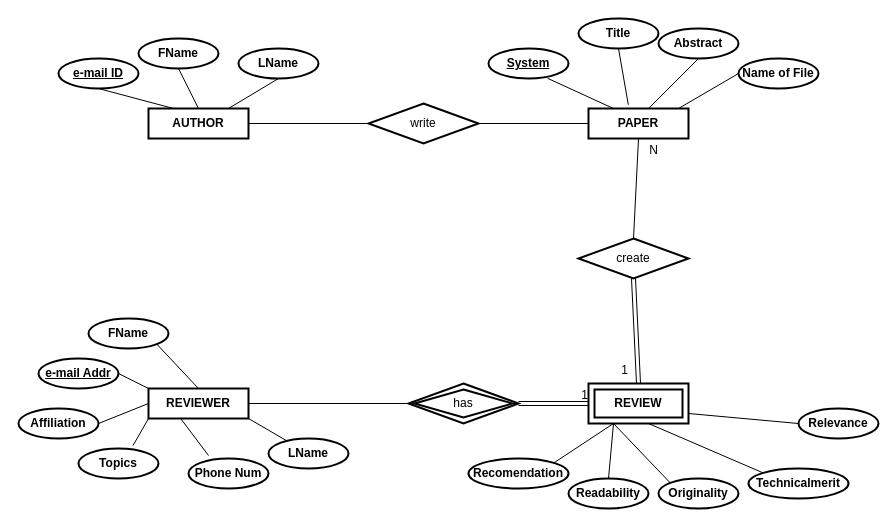
Above: W5.drawio in kieuvantuyen01/testGit (draw.io), before the change. Source tidied: cells renumbered, new cells numbered last; positions are measured from the earlier drawing's top-left corner, leaving out a move shared by most shapes. Both pictures are drawn from the tidied source at 100%, with x=0, y=0 at pixel (18, 18).
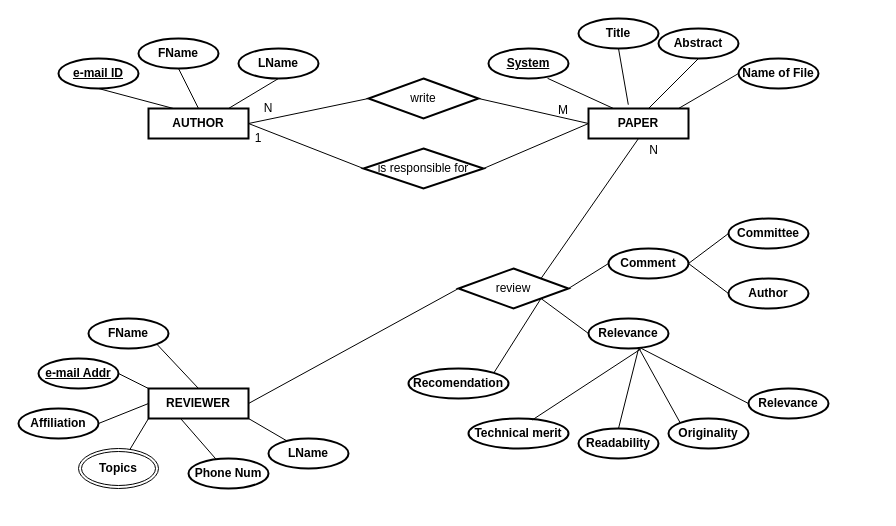
The same page after the edit.

Unchanged cells that the change refers to:
```xml
<mxCell id="2" value="AUTHOR" style="rounded=0;whiteSpace=wrap;html=1;fontStyle=1;strokeWidth=2;" parent="1" vertex="1">
  <mxGeometry x="130" y="90" width="100" height="30" as="geometry" />
</mxCell>
<mxCell id="3" value="REVIEWER" style="rounded=0;whiteSpace=wrap;html=1;fontStyle=1;strokeWidth=2;" parent="1" vertex="1">
  <mxGeometry x="130" y="370" width="100" height="30" as="geometry" />
</mxCell>
<mxCell id="4" value="PAPER" style="rounded=0;whiteSpace=wrap;html=1;fontStyle=1;strokeWidth=2;" parent="1" vertex="1">
  <mxGeometry x="570" y="90" width="100" height="30" as="geometry" />
</mxCell>
<mxCell id="15" value="&lt;span&gt;Phone Num&lt;/span&gt;" style="ellipse;whiteSpace=wrap;html=1;strokeWidth=2;fontStyle=1;" parent="1" vertex="1">
  <mxGeometry x="170" y="440" width="80" height="30" as="geometry" />
</mxCell>
```

Diff of the diagram source:
```diff
@@
-    <mxCell id="16" value="&lt;span&gt;Topics&lt;/span&gt;" style="ellipse;whiteSpace=wrap;html=1;strokeWidth=2;fontStyle=1;" parent="1" vertex="1">
-      <mxGeometry x="60" y="430" width="80" height="30" as="geometry" />
-    </mxCell>
@@
     <mxCell id="18" value="write" style="shape=rhombus;perimeter=rhombusPerimeter;whiteSpace=wrap;html=1;align=center;strokeWidth=2;" parent="1" vertex="1">
-      <mxGeometry x="350" y="85" width="110" height="40" as="geometry" />
+      <mxGeometry x="350" y="60" width="110" height="40" as="geometry" />
     </mxCell>
-    <mxCell id="19" value="REVIEW" style="shape=ext;margin=3;double=1;whiteSpace=wrap;html=1;align=center;strokeWidth=2;fontStyle=1;" parent="1" vertex="1">
-      <mxGeometry x="570" y="365" width="100" height="40" as="geometry" />
-    </mxCell>
     <mxCell id="20" value="&lt;span&gt;Relevance&lt;/span&gt;" style="ellipse;whiteSpace=wrap;html=1;strokeWidth=2;fontStyle=1;" parent="1" vertex="1">
-      <mxGeometry x="780" y="390" width="80" height="30" as="geometry" />
+      <mxGeometry x="730" y="370" width="80" height="30" as="geometry" />
     </mxCell>
-    <mxCell id="21" value="&lt;span&gt;Technicalmerit&lt;/span&gt;" style="ellipse;whiteSpace=wrap;html=1;strokeWidth=2;fontStyle=1;" parent="1" vertex="1">
-      <mxGeometry x="730" y="450" width="100" height="30" as="geometry" />
+    <mxCell id="21" value="&lt;span&gt;Technical merit&lt;/span&gt;" style="ellipse;whiteSpace=wrap;html=1;strokeWidth=2;fontStyle=1;" parent="1" vertex="1">
+      <mxGeometry x="450" y="400" width="100" height="30" as="geometry" />
     </mxCell>
     <mxCell id="22" value="&lt;span&gt;Originality&lt;/span&gt;" style="ellipse;whiteSpace=wrap;html=1;strokeWidth=2;fontStyle=1;" parent="1" vertex="1">
-      <mxGeometry x="640" y="460" width="80" height="30" as="geometry" />
+      <mxGeometry x="650" y="400" width="80" height="30" as="geometry" />
     </mxCell>
     <mxCell id="23" value="Readability" style="ellipse;whiteSpace=wrap;html=1;strokeWidth=2;fontStyle=1;" parent="1" vertex="1">
-      <mxGeometry x="550" y="460" width="80" height="30" as="geometry" />
+      <mxGeometry x="560" y="410" width="80" height="30" as="geometry" />
     </mxCell>
     <mxCell id="24" value="&lt;span&gt;Recomendation&lt;/span&gt;" style="ellipse;whiteSpace=wrap;html=1;strokeWidth=2;fontStyle=1;" parent="1" vertex="1">
-      <mxGeometry x="450" y="440" width="100" height="30" as="geometry" />
+      <mxGeometry x="390" y="350" width="100" height="30" as="geometry" />
     </mxCell>
-    <mxCell id="25" value="has" style="shape=rhombus;double=1;perimeter=rhombusPerimeter;whiteSpace=wrap;html=1;align=center;strokeWidth=2;" parent="1" vertex="1">
-      <mxGeometry x="390" y="365" width="110" height="40" as="geometry" />
-    </mxCell>
@@
-    <mxCell id="33" style="endArrow=none;html=1;rounded=0;exitX=1;exitY=0;exitDx=0;exitDy=0;entryX=0.25;entryY=1;entryDx=0;entryDy=0;" parent="1" edge="1" source="24" target="19">
+    <mxCell id="33" style="endArrow=none;html=1;rounded=0;exitX=1;exitY=0;exitDx=0;exitDy=0;entryX=1;entryY=1;entryDx=0;entryDy=0;" parent="1" edge="1" source="24" target="45">
       <mxGeometry relative="1" as="geometry" />
     </mxCell>
-    <mxCell id="34" style="endArrow=none;html=1;rounded=0;exitX=0.5;exitY=0;exitDx=0;exitDy=0;entryX=0.25;entryY=1;entryDx=0;entryDy=0;" parent="1" edge="1" source="23" target="19">
+    <mxCell id="34" style="endArrow=none;html=1;rounded=0;exitX=0.5;exitY=0;exitDx=0;exitDy=0;entryX=0.628;entryY=0.98;entryDx=0;entryDy=0;entryPerimeter=0;" parent="1" edge="1" source="23" target="57">
       <mxGeometry relative="1" as="geometry" />
     </mxCell>
-    <mxCell id="35" style="endArrow=none;html=1;rounded=0;exitX=0;exitY=0;exitDx=0;exitDy=0;entryX=0.25;entryY=1;entryDx=0;entryDy=0;" parent="1" edge="1" source="22" target="19">
+    <mxCell id="35" style="endArrow=none;html=1;rounded=0;exitX=0;exitY=0;exitDx=0;exitDy=0;entryX=0.628;entryY=0.98;entryDx=0;entryDy=0;entryPerimeter=0;" parent="1" edge="1" source="22" target="57">
       <mxGeometry relative="1" as="geometry" />
     </mxCell>
-    <mxCell id="36" style="endArrow=none;html=1;rounded=0;exitX=0;exitY=0;exitDx=0;exitDy=0;" parent="1" edge="1" source="21">
+    <mxCell id="36" style="endArrow=none;html=1;rounded=0;exitX=0.638;exitY=0.047;exitDx=0;exitDy=0;exitPerimeter=0;" parent="1" edge="1" source="21">
       <mxGeometry relative="1" as="geometry">
-        <mxPoint x="630" y="405" as="targetPoint" />
+        <mxPoint x="623" y="330" as="targetPoint" />
       </mxGeometry>
     </mxCell>
-    <mxCell id="37" style="endArrow=none;html=1;rounded=0;exitX=0;exitY=0.5;exitDx=0;exitDy=0;entryX=1;entryY=0.75;entryDx=0;entryDy=0;" parent="1" edge="1" source="20" target="19">
-      <mxGeometry relative="1" as="geometry" />
+    <mxCell id="37" style="endArrow=none;html=1;rounded=0;exitX=0;exitY=0.5;exitDx=0;exitDy=0;" parent="1" edge="1" source="20">
+      <mxGeometry relative="1" as="geometry">
+        <mxPoint x="623" y="330" as="targetPoint" />
+      </mxGeometry>
     </mxCell>
@@
-    <mxCell id="41" style="endArrow=none;html=1;rounded=0;exitX=0.682;exitY=-0.1;exitDx=0;exitDy=0;entryX=0;entryY=1;entryDx=0;entryDy=0;exitPerimeter=0;" parent="1" edge="1" source="16" target="3">
+    <mxCell id="41" style="endArrow=none;html=1;rounded=0;entryX=0;entryY=1;entryDx=0;entryDy=0;" parent="1" edge="1" source="16" target="3">
       <mxGeometry relative="1" as="geometry" />
     </mxCell>
-    <mxCell id="42" style="endArrow=none;html=1;rounded=0;entryX=0.326;entryY=1.02;entryDx=0;entryDy=0;entryPerimeter=0;" parent="1" edge="1" target="3">
-      <mxGeometry relative="1" as="geometry">
-        <mxPoint x="190" y="437" as="sourcePoint" />
-      </mxGeometry>
+    <mxCell id="42" style="endArrow=none;html=1;rounded=0;entryX=0.326;entryY=1.02;entryDx=0;entryDy=0;entryPerimeter=0;" parent="1" edge="1" source="15" target="3">
+      <mxGeometry relative="1" as="geometry" />
     </mxCell>
@@
-    <mxCell id="44" style="endArrow=none;html=1;rounded=0;entryX=1;entryY=0.5;entryDx=0;entryDy=0;exitX=0;exitY=0.5;exitDx=0;exitDy=0;" parent="1" edge="1" source="25" target="3">
+    <mxCell id="44" style="endArrow=none;html=1;rounded=0;entryX=1;entryY=0.5;entryDx=0;entryDy=0;exitX=0;exitY=0.5;exitDx=0;exitDy=0;" parent="1" edge="1" source="45" target="3">
       <mxGeometry relative="1" as="geometry" />
     </mxCell>
-    <mxCell id="45" value="create" style="shape=rhombus;perimeter=rhombusPerimeter;whiteSpace=wrap;html=1;align=center;strokeWidth=2;" parent="1" vertex="1">
-      <mxGeometry x="560" y="220" width="110" height="40" as="geometry" />
+    <mxCell id="45" value="review" style="shape=rhombus;perimeter=rhombusPerimeter;whiteSpace=wrap;html=1;align=center;strokeWidth=2;" parent="1" vertex="1">
+      <mxGeometry x="440" y="250" width="110" height="40" as="geometry" />
     </mxCell>
-    <mxCell id="46" style="endArrow=none;html=1;rounded=0;entryX=0.5;entryY=1;entryDx=0;entryDy=0;exitX=0.5;exitY=0;exitDx=0;exitDy=0;" parent="1" edge="1" source="45" target="4">
+    <mxCell id="46" style="endArrow=none;html=1;rounded=0;entryX=0.5;entryY=1;entryDx=0;entryDy=0;exitX=1;exitY=0;exitDx=0;exitDy=0;" parent="1" edge="1" source="45" target="4">
       <mxGeometry relative="1" as="geometry" />
     </mxCell>
-    <mxCell id="47" style="shape=link;html=1;rounded=0;exitX=0.5;exitY=1;exitDx=0;exitDy=0;entryX=0.5;entryY=0;entryDx=0;entryDy=0;" parent="1" edge="1" source="45" target="19">
-      <mxGeometry relative="1" as="geometry" />
-    </mxCell>
-    <mxCell id="48" value="1" style="html=1;align=right;verticalAlign=bottom;" parent="47" vertex="1">
-      <mxGeometry x="1" relative="1" as="geometry">
-        <mxPoint x="-10" y="-4.9" as="offset" />
-      </mxGeometry>
-    </mxCell>
-    <mxCell id="49" style="shape=link;html=1;rounded=0;exitX=1;exitY=0.5;exitDx=0;exitDy=0;entryX=0;entryY=0.5;entryDx=0;entryDy=0;" parent="1" edge="1" source="25" target="19">
-      <mxGeometry relative="1" as="geometry" />
-    </mxCell>
-    <mxCell id="50" value="1" style="html=1;align=right;verticalAlign=bottom;" parent="49" vertex="1">
-      <mxGeometry x="1" relative="1" as="geometry" />
-    </mxCell>
@@
+    <mxCell id="54" value="is responsible for" style="shape=rhombus;perimeter=rhombusPerimeter;whiteSpace=wrap;html=1;align=center;strokeWidth=2;" parent="1" vertex="1">
+      <mxGeometry x="345" y="130" width="120" height="40" as="geometry" />
+    </mxCell>
+    <mxCell id="55" style="endArrow=none;html=1;rounded=0;exitX=1;exitY=0.5;exitDx=0;exitDy=0;entryX=0;entryY=0.5;entryDx=0;entryDy=0;" parent="1" edge="1" source="2" target="54">
+      <mxGeometry relative="1" as="geometry" />
+    </mxCell>
+    <mxCell id="56" style="endArrow=none;html=1;rounded=0;exitX=1;exitY=0.5;exitDx=0;exitDy=0;entryX=0;entryY=0.5;entryDx=0;entryDy=0;" parent="1" edge="1" source="54" target="4">
+      <mxGeometry relative="1" as="geometry" />
+    </mxCell>
+    <mxCell id="57" value="&lt;span&gt;Relevance&lt;/span&gt;" style="ellipse;whiteSpace=wrap;html=1;strokeWidth=2;fontStyle=1;" parent="1" vertex="1">
+      <mxGeometry x="570" y="300" width="80" height="30" as="geometry" />
+    </mxCell>
+    <mxCell id="58" style="endArrow=none;html=1;rounded=0;exitX=0;exitY=0.5;exitDx=0;exitDy=0;entryX=1;entryY=1;entryDx=0;entryDy=0;" parent="1" edge="1" source="57" target="45">
+      <mxGeometry relative="1" as="geometry" />
+    </mxCell>
+    <mxCell id="16" value="&lt;span style=&quot;font-weight: 700&quot;&gt;Topics&lt;/span&gt;" style="ellipse;shape=doubleEllipse;margin=3;whiteSpace=wrap;html=1;align=center;" parent="1" vertex="1">
+      <mxGeometry x="60" y="430" width="80" height="40" as="geometry" />
+    </mxCell>
+    <mxCell id="59" value="&lt;span&gt;Comment&lt;/span&gt;" style="ellipse;whiteSpace=wrap;html=1;strokeWidth=2;fontStyle=1;" parent="1" vertex="1">
+      <mxGeometry x="590" y="230" width="80" height="30" as="geometry" />
+    </mxCell>
+    <mxCell id="60" value="&lt;span&gt;Author&lt;/span&gt;" style="ellipse;whiteSpace=wrap;html=1;strokeWidth=2;fontStyle=1;" parent="1" vertex="1">
+      <mxGeometry x="710" y="260" width="80" height="30" as="geometry" />
+    </mxCell>
+    <mxCell id="61" value="&lt;span&gt;Committee&lt;/span&gt;" style="ellipse;whiteSpace=wrap;html=1;strokeWidth=2;fontStyle=1;" parent="1" vertex="1">
+      <mxGeometry x="710" y="200" width="80" height="30" as="geometry" />
+    </mxCell>
+    <mxCell id="62" style="endArrow=none;html=1;rounded=0;exitX=0;exitY=0.5;exitDx=0;exitDy=0;entryX=1;entryY=0.5;entryDx=0;entryDy=0;" parent="1" edge="1" source="59" target="45">
+      <mxGeometry relative="1" as="geometry" />
+    </mxCell>
+    <mxCell id="63" style="endArrow=none;html=1;rounded=0;exitX=0;exitY=0.5;exitDx=0;exitDy=0;entryX=1;entryY=0.5;entryDx=0;entryDy=0;" parent="1" edge="1" source="61" target="59">
+      <mxGeometry relative="1" as="geometry" />
+    </mxCell>
+    <mxCell id="64" style="endArrow=none;html=1;rounded=0;exitX=0;exitY=0.5;exitDx=0;exitDy=0;entryX=1;entryY=0.5;entryDx=0;entryDy=0;" parent="1" edge="1" source="60" target="59">
+      <mxGeometry relative="1" as="geometry" />
+    </mxCell>
+    <mxCell id="65" value="1" style="text;html=1;strokeColor=none;fillColor=none;align=center;verticalAlign=middle;whiteSpace=wrap;rounded=0;" parent="1" vertex="1">
+      <mxGeometry x="220" y="110" width="40" height="20" as="geometry" />
+    </mxCell>
+    <mxCell id="66" value="N" style="text;html=1;strokeColor=none;fillColor=none;align=center;verticalAlign=middle;whiteSpace=wrap;rounded=0;" parent="1" vertex="1">
+      <mxGeometry x="230" y="80" width="40" height="20" as="geometry" />
+    </mxCell>
+    <mxCell id="67" value="M" style="html=1;align=right;verticalAlign=bottom;" parent="1" vertex="1">
+      <mxGeometry x="550" y="100" as="geometry" />
+    </mxCell>
```
